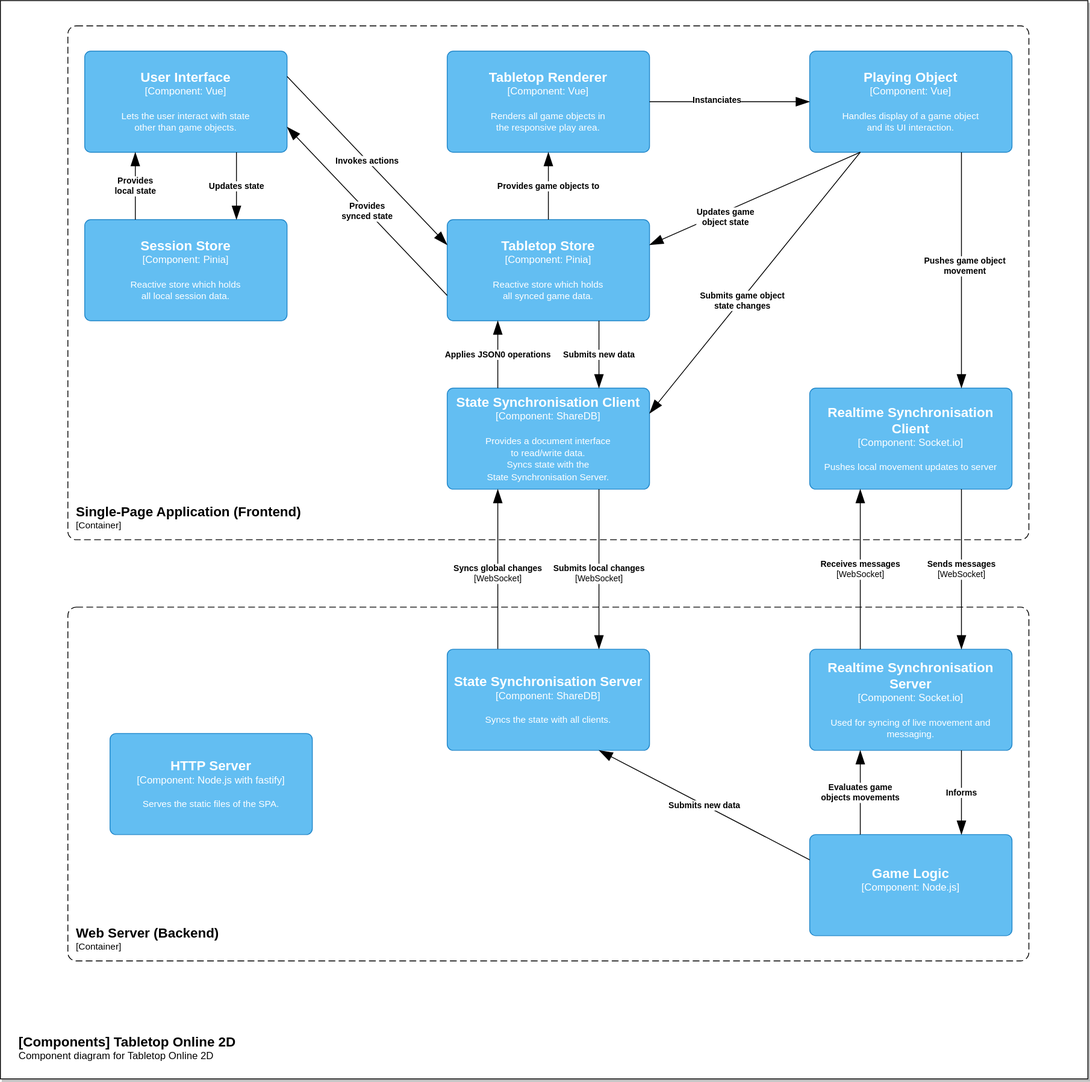
DrJume/tabletop-online keeps this draw.io diagram as docs/assets/design/System_C4_Level3.drawio.svg. Above is the earlier version. Source tidied: cells renumbered, new cells last; positions are measured from the earlier drawing's top-left corner, leaving out a move shared by most shapes.
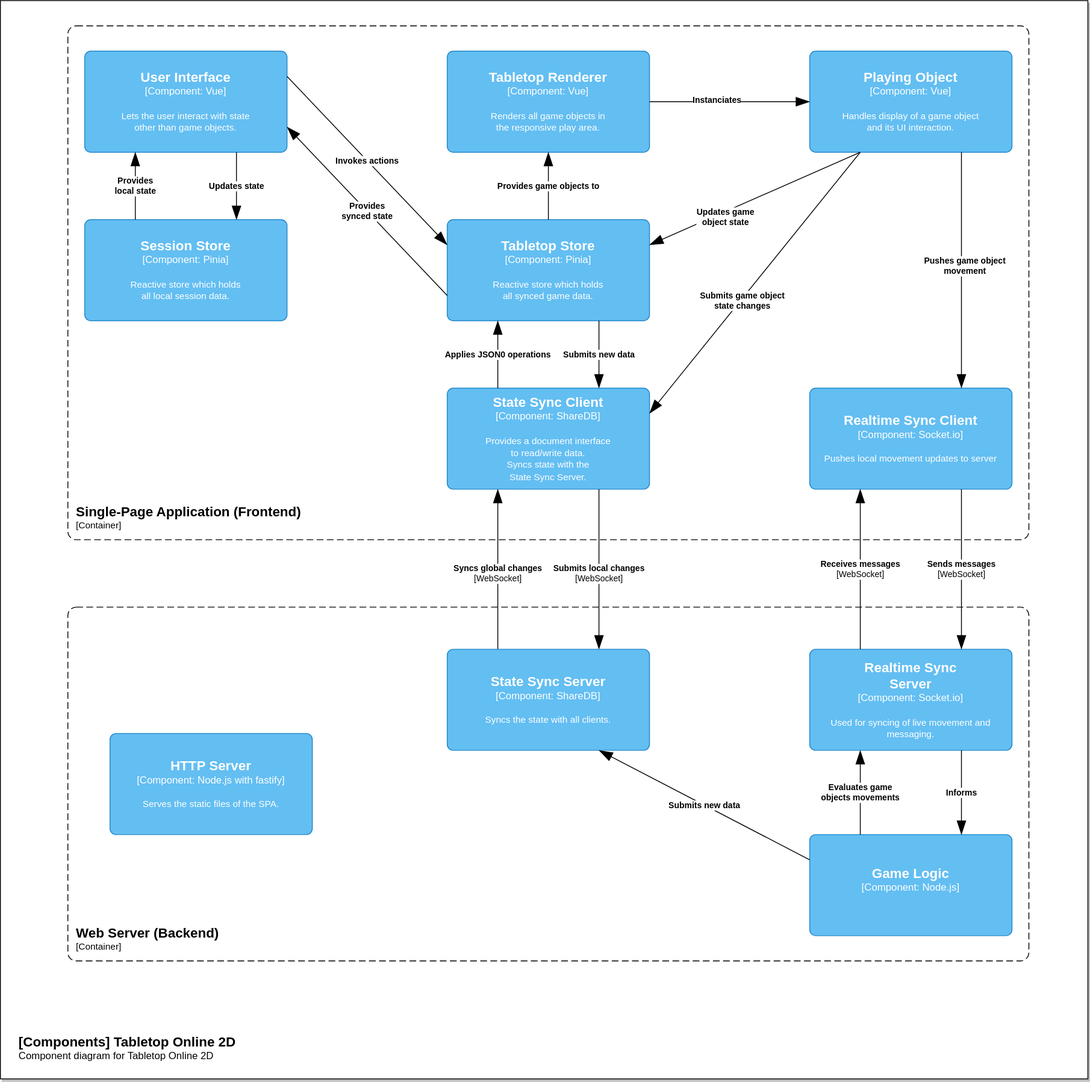
The same file after the commit.

Change to the diagram source:
```diff
@@ -15,7 +15,7 @@
         <mxGeometry x="80" y="30" width="1140" height="610" as="geometry" />
       </mxCell>
     </object>
-    <object id="5" label="&lt;font style=&quot;font-size: 16px&quot;&gt;&lt;b&gt;%c4Name%&lt;/b&gt;&lt;/font&gt;&lt;div&gt;[%c4Type%: %c4Technology%]&lt;/div&gt;&lt;br&gt;&lt;div&gt;&lt;font style=&quot;font-size: 11px&quot;&gt;%c4Description%&lt;/font&gt;&lt;/div&gt;" c4Description="Provides a document interface&#10;to read/write data.&#10;Syncs state with the &#10;State Synchronisation Server." c4Name="State Synchronisation Client" c4Technology="ShareDB" c4Type="Component" placeholders="1">
+    <object id="5" label="&lt;font style=&quot;font-size: 16px&quot;&gt;&lt;b&gt;%c4Name%&lt;/b&gt;&lt;/font&gt;&lt;div&gt;[%c4Type%: %c4Technology%]&lt;/div&gt;&lt;br&gt;&lt;div&gt;&lt;font style=&quot;font-size: 11px&quot;&gt;%c4Description%&lt;/font&gt;&lt;/div&gt;" c4Description="Provides a document interface&#10;to read/write data.&#10;Syncs state with the &#10;State Sync Server." c4Name="State Sync Client" c4Technology="ShareDB" c4Type="Component" placeholders="1">
       <mxCell style="rounded=1;whiteSpace=wrap;html=1;labelBackgroundColor=none;fillColor=#63BEF2;fontColor=#ffffff;align=center;arcSize=6;strokeColor=#2086C9;points=[[0.25,0,0],[0.5,0,0],[0.75,0,0],[1,0.25,0],[1,0.5,0],[1,0.75,0],[0.75,1,0],[0.5,1,0],[0.25,1,0],[0,0.75,0],[0,0.5,0],[0,0.25,0]];" parent="1" vertex="1">
         <mxGeometry x="530" y="460" width="240" height="120" as="geometry" />
       </mxCell>
@@ -30,12 +30,12 @@
         <mxGeometry x="-0.05" relative="1" as="geometry" />
       </mxCell>
     </object>
-    <object id="8" label="&lt;font style=&quot;font-size: 16px&quot;&gt;&lt;b&gt;%c4Name%&lt;/b&gt;&lt;/font&gt;&lt;div&gt;[%c4Type%: %c4Technology%]&lt;/div&gt;&lt;br&gt;&lt;div&gt;&lt;font style=&quot;font-size: 11px&quot;&gt;%c4Description%&lt;/font&gt;&lt;/div&gt;" c4Description="Syncs the state with all clients." c4Name="State Synchronisation Server" c4Technology="ShareDB" c4Type="Component" placeholders="1">
+    <object id="8" label="&lt;font style=&quot;font-size: 16px&quot;&gt;&lt;b&gt;%c4Name%&lt;/b&gt;&lt;/font&gt;&lt;div&gt;[%c4Type%: %c4Technology%]&lt;/div&gt;&lt;br&gt;&lt;div&gt;&lt;font style=&quot;font-size: 11px&quot;&gt;%c4Description%&lt;/font&gt;&lt;/div&gt;" c4Description="Syncs the state with all clients." c4Name="State Sync Server" c4Technology="ShareDB" c4Type="Component" placeholders="1">
       <mxCell style="rounded=1;whiteSpace=wrap;html=1;labelBackgroundColor=none;fillColor=#63BEF2;fontColor=#ffffff;align=center;arcSize=6;strokeColor=#2086C9;points=[[0.25,0,0],[0.5,0,0],[0.75,0,0],[1,0.25,0],[1,0.5,0],[1,0.75,0],[0.75,1,0],[0.5,1,0],[0.25,1,0],[0,0.75,0],[0,0.5,0],[0,0.25,0]];" parent="1" vertex="1">
         <mxGeometry x="530" y="770" width="240" height="120" as="geometry" />
       </mxCell>
     </object>
-    <object id="9" label="&lt;font style=&quot;font-size: 16px&quot;&gt;&lt;b&gt;%c4Name%&lt;/b&gt;&lt;/font&gt;&lt;div&gt;[%c4Type%: %c4Technology%]&lt;/div&gt;&lt;br&gt;&lt;div&gt;&lt;font style=&quot;font-size: 11px&quot;&gt;%c4Description%&lt;/font&gt;&lt;/div&gt;" c4Description="Used for syncing of live movement and messaging." c4Name="Realtime Synchronisation&#10;Server" c4Technology="Socket.io" c4Type="Component" placeholders="1">
+    <object id="9" label="&lt;font style=&quot;font-size: 16px&quot;&gt;&lt;b&gt;%c4Name%&lt;/b&gt;&lt;/font&gt;&lt;div&gt;[%c4Type%: %c4Technology%]&lt;/div&gt;&lt;br&gt;&lt;div&gt;&lt;font style=&quot;font-size: 11px&quot;&gt;%c4Description%&lt;/font&gt;&lt;/div&gt;" c4Description="Used for syncing of live movement and messaging." c4Name="Realtime Sync&#10;Server" c4Technology="Socket.io" c4Type="Component" placeholders="1">
       <mxCell style="rounded=1;whiteSpace=wrap;html=1;labelBackgroundColor=none;fillColor=#63BEF2;fontColor=#ffffff;align=center;arcSize=6;strokeColor=#2086C9;points=[[0.25,0,0],[0.5,0,0],[0.75,0,0],[1,0.25,0],[1,0.5,0],[1,0.75,0],[0.75,1,0],[0.5,1,0],[0.25,1,0],[0,0.75,0],[0,0.5,0],[0,0.25,0]];" parent="1" vertex="1">
         <mxGeometry x="960" y="770" width="240" height="120" as="geometry" />
       </mxCell>
@@ -85,7 +85,7 @@
         <mxGeometry x="0.13" y="1" relative="1" as="geometry" />
       </mxCell>
     </object>
-    <object id="19" label="&lt;font style=&quot;font-size: 16px&quot;&gt;&lt;b&gt;%c4Name%&lt;/b&gt;&lt;/font&gt;&lt;div&gt;[%c4Type%: %c4Technology%]&lt;/div&gt;&lt;br&gt;&lt;div&gt;&lt;font style=&quot;font-size: 11px&quot;&gt;%c4Description%&lt;/font&gt;&lt;/div&gt;" c4Description="Pushes local movement updates to server" c4Name="Realtime Synchronisation Client" c4Technology="Socket.io" c4Type="Component" placeholders="1">
+    <object id="19" label="&lt;font style=&quot;font-size: 16px&quot;&gt;&lt;b&gt;%c4Name%&lt;/b&gt;&lt;/font&gt;&lt;div&gt;[%c4Type%: %c4Technology%]&lt;/div&gt;&lt;br&gt;&lt;div&gt;&lt;font style=&quot;font-size: 11px&quot;&gt;%c4Description%&lt;/font&gt;&lt;/div&gt;" c4Description="Pushes local movement updates to server" c4Name="Realtime Sync Client" c4Technology="Socket.io" c4Type="Component" placeholders="1">
       <mxCell style="rounded=1;whiteSpace=wrap;html=1;labelBackgroundColor=none;fillColor=#63BEF2;fontColor=#ffffff;align=center;arcSize=6;strokeColor=#2086C9;points=[[0.25,0,0],[0.5,0,0],[0.75,0,0],[1,0.25,0],[1,0.5,0],[1,0.75,0],[0.75,1,0],[0.5,1,0],[0.25,1,0],[0,0.75,0],[0,0.5,0],[0,0.25,0]];" parent="1" vertex="1">
         <mxGeometry x="960" y="460" width="240" height="120" as="geometry" />
       </mxCell>
```
